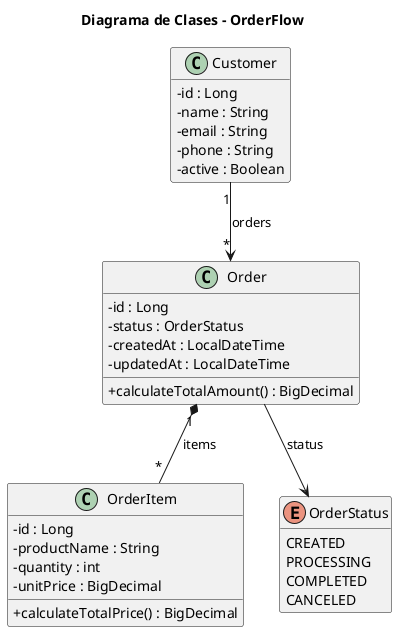
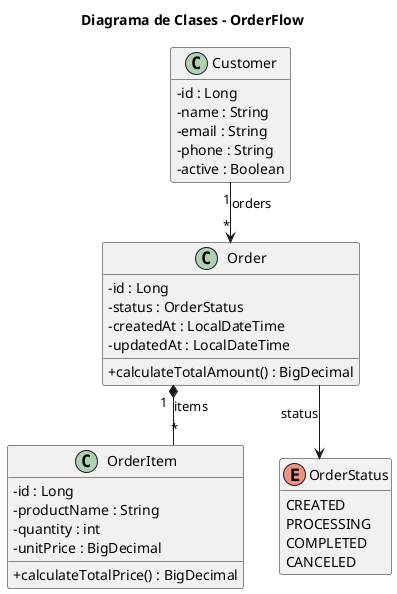
@startuml

title Diagrama de Clases - OrderFlow

skinparam classAttributeIconSize 0
+ skinparam linetype ortho
hide empty members

class Customer {
    - id : Long
    - name : String
    - email : String
    - phone : String
    - active : Boolean
}

class Order {
    - id : Long
    - status : OrderStatus
    - createdAt : LocalDateTime
    - updatedAt : LocalDateTime

    + calculateTotalAmount() : BigDecimal
}

class OrderItem {
    - id : Long
    - productName : String
    - quantity : int
    - unitPrice : BigDecimal

    + calculateTotalPrice() : BigDecimal
}

enum OrderStatus {
    CREATED
    PROCESSING
    COMPLETED
    CANCELED
}

Customer "1" --> "*" Order : orders

Order "1" *-- "*" OrderItem : items

Order --> OrderStatus : status

@enduml